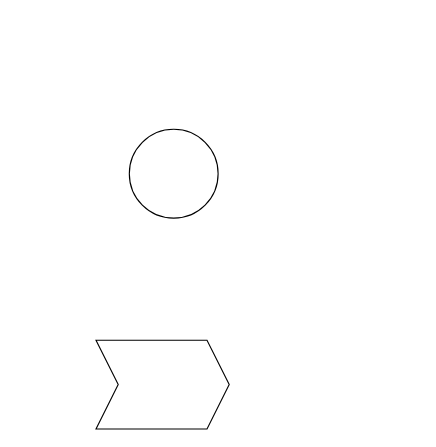
Earlier version of the draw.io diagram Untitled Diagram.drawio (19054199/qqqs). Source tidied: cells renumbered, new cells numbered last; positions are measured from the earlier drawing's top-left corner, leaving out a move shared by most shapes. Both pictures are drawn from the tidied source at 111%, with x=0, y=0 at pixel (95, 129).
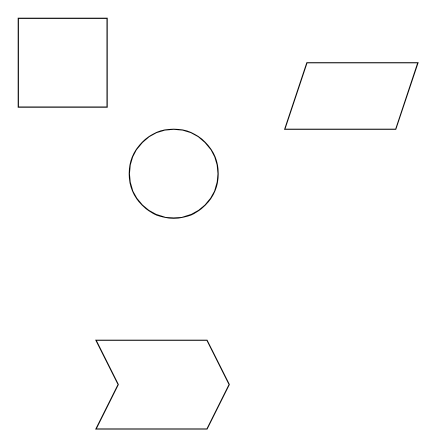
The same diagram, later.

Change to the diagram source:
```diff
@@
 <mxGraphModel>
   <root>
     <mxCell id="0" />
     <mxCell id="1" parent="0" />
     <mxCell id="2" style="ellipse;whiteSpace=wrap;html=1;" parent="1" vertex="1">
       <mxGeometry x="30" width="80" height="80" as="geometry" />
     </mxCell>
     <mxCell id="3" style="shape=step;perimeter=stepPerimeter;whiteSpace=wrap;html=1;fixedSize=1;" parent="1" vertex="1">
       <mxGeometry y="190" width="120" height="80" as="geometry" />
     </mxCell>
+    <mxCell id="4" style="whiteSpace=wrap;html=1;" parent="1" vertex="1">
+      <mxGeometry x="-70" y="-100" width="80" height="80" as="geometry" />
+    </mxCell>
+    <mxCell id="5" style="shape=parallelogram;perimeter=parallelogramPerimeter;whiteSpace=wrap;html=1;fixedSize=1;" parent="1" vertex="1">
+      <mxGeometry x="170" y="-60" width="120" height="60" as="geometry" />
+    </mxCell>
   </root>
 </mxGraphModel>
```
